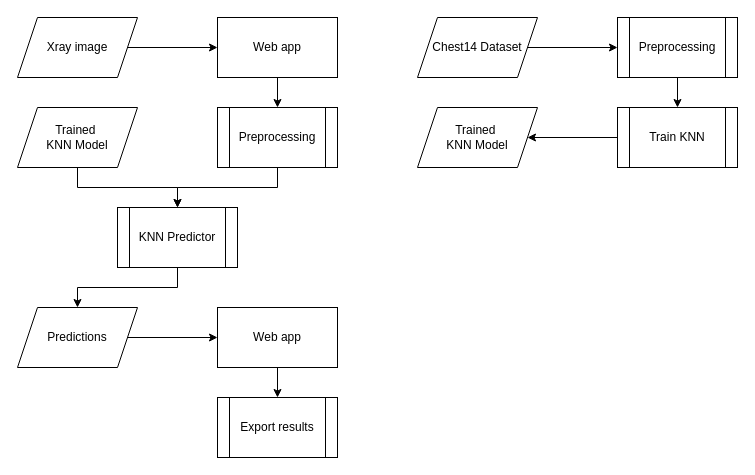
Above: SystemArchitecturWebApp.drawio in DBerkey/Smart_X-Ray_Screening (draw.io), before the change. Source tidied: cells renumbered, new cells numbered last; positions are measured from the earlier drawing's top-left corner, leaving out a move shared by most shapes. Both pictures are drawn from the tidied source at 100%, with x=0, y=0 at pixel (17, 17).
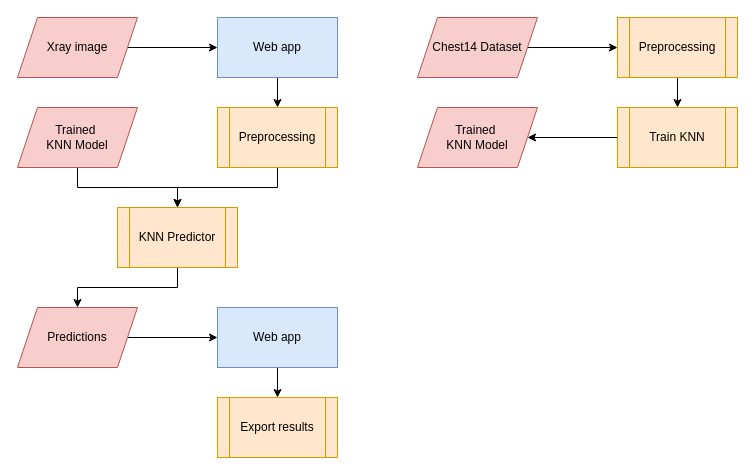
Above is the later version.

What changed in the source:
```diff
@@
-    <mxCell id="3" value="Preprocessing" style="shape=process;whiteSpace=wrap;html=1;backgroundOutline=1;" parent="1" vertex="1">
+    <mxCell id="3" value="Preprocessing" style="shape=process;whiteSpace=wrap;html=1;backgroundOutline=1;fillColor=#ffe6cc;strokeColor=#d79b00;" parent="1" vertex="1">
       <mxGeometry x="200" y="90" width="120" height="60" as="geometry" />
     </mxCell>
@@
-    <mxCell id="5" value="Xray image" style="shape=parallelogram;perimeter=parallelogramPerimeter;whiteSpace=wrap;html=1;fixedSize=1;" parent="1" vertex="1">
+    <mxCell id="5" value="Xray image" style="shape=parallelogram;perimeter=parallelogramPerimeter;whiteSpace=wrap;html=1;fixedSize=1;fillColor=#f8cecc;strokeColor=#b85450;" parent="1" vertex="1">
       <mxGeometry width="120" height="60" as="geometry" />
     </mxCell>
@@
-    <mxCell id="7" value="Web app" style="whiteSpace=wrap;html=1;" parent="1" vertex="1">
+    <mxCell id="7" value="Web app" style="whiteSpace=wrap;html=1;fillColor=#dae8fc;strokeColor=#6c8ebf;" parent="1" vertex="1">
       <mxGeometry x="200" width="120" height="60" as="geometry" />
     </mxCell>
@@
-    <mxCell id="9" value="KNN Predictor" style="shape=process;whiteSpace=wrap;html=1;backgroundOutline=1;" parent="1" vertex="1">
+    <mxCell id="9" value="KNN Predictor" style="shape=process;whiteSpace=wrap;html=1;backgroundOutline=1;fillColor=#ffe6cc;strokeColor=#d79b00;" parent="1" vertex="1">
       <mxGeometry x="100" y="190" width="120" height="60" as="geometry" />
     </mxCell>
@@
-    <mxCell id="11" value="Predictions" style="shape=parallelogram;perimeter=parallelogramPerimeter;whiteSpace=wrap;html=1;fixedSize=1;" parent="1" vertex="1">
+    <mxCell id="11" value="Predictions" style="shape=parallelogram;perimeter=parallelogramPerimeter;whiteSpace=wrap;html=1;fixedSize=1;fillColor=#f8cecc;strokeColor=#b85450;" parent="1" vertex="1">
       <mxGeometry y="290" width="120" height="60" as="geometry" />
     </mxCell>
@@
-    <mxCell id="13" value="Web app" style="rounded=0;whiteSpace=wrap;html=1;" parent="1" vertex="1">
+    <mxCell id="13" value="Web app" style="rounded=0;whiteSpace=wrap;html=1;fillColor=#dae8fc;strokeColor=#6c8ebf;" parent="1" vertex="1">
       <mxGeometry x="200" y="290" width="120" height="60" as="geometry" />
     </mxCell>
-    <mxCell id="14" value="Export results" style="shape=process;whiteSpace=wrap;html=1;backgroundOutline=1;" parent="1" vertex="1">
+    <mxCell id="14" value="Export results" style="shape=process;whiteSpace=wrap;html=1;backgroundOutline=1;fillColor=#ffe6cc;strokeColor=#d79b00;" parent="1" vertex="1">
       <mxGeometry x="200" y="380" width="120" height="60" as="geometry" />
     </mxCell>
@@
-    <mxCell id="16" value="Chest14 Dataset" style="shape=parallelogram;perimeter=parallelogramPerimeter;whiteSpace=wrap;html=1;fixedSize=1;" parent="1" vertex="1">
+    <mxCell id="16" value="Chest14 Dataset" style="shape=parallelogram;perimeter=parallelogramPerimeter;whiteSpace=wrap;html=1;fixedSize=1;fillColor=#f8cecc;strokeColor=#b85450;" parent="1" vertex="1">
       <mxGeometry x="400" width="120" height="60" as="geometry" />
     </mxCell>
@@
-    <mxCell id="18" value="Preprocessing" style="shape=process;whiteSpace=wrap;html=1;backgroundOutline=1;" parent="1" vertex="1">
+    <mxCell id="18" value="Preprocessing" style="shape=process;whiteSpace=wrap;html=1;backgroundOutline=1;fillColor=#ffe6cc;strokeColor=#d79b00;" parent="1" vertex="1">
       <mxGeometry x="600" width="120" height="60" as="geometry" />
     </mxCell>
@@
-    <mxCell id="20" value="Train KNN" style="shape=process;whiteSpace=wrap;html=1;backgroundOutline=1;" parent="1" vertex="1">
+    <mxCell id="20" value="Train KNN" style="shape=process;whiteSpace=wrap;html=1;backgroundOutline=1;fillColor=#ffe6cc;strokeColor=#d79b00;" parent="1" vertex="1">
       <mxGeometry x="600" y="90" width="120" height="60" as="geometry" />
     </mxCell>
-    <mxCell id="21" value="Trained&amp;nbsp;&lt;div&gt;KNN Model&lt;/div&gt;" style="shape=parallelogram;perimeter=parallelogramPerimeter;whiteSpace=wrap;html=1;fixedSize=1;" parent="1" vertex="1">
+    <mxCell id="21" value="Trained&amp;nbsp;&lt;div&gt;KNN Model&lt;/div&gt;" style="shape=parallelogram;perimeter=parallelogramPerimeter;whiteSpace=wrap;html=1;fixedSize=1;fillColor=#f8cecc;strokeColor=#b85450;" parent="1" vertex="1">
       <mxGeometry x="400" y="90" width="120" height="60" as="geometry" />
     </mxCell>
@@
-    <mxCell id="23" value="Trained&amp;nbsp;&lt;div&gt;KNN Model&lt;/div&gt;" style="shape=parallelogram;perimeter=parallelogramPerimeter;whiteSpace=wrap;html=1;fixedSize=1;" parent="1" vertex="1">
+    <mxCell id="23" value="Trained&amp;nbsp;&lt;div&gt;KNN Model&lt;/div&gt;" style="shape=parallelogram;perimeter=parallelogramPerimeter;whiteSpace=wrap;html=1;fixedSize=1;fillColor=#f8cecc;strokeColor=#b85450;" parent="1" vertex="1">
       <mxGeometry y="90" width="120" height="60" as="geometry" />
     </mxCell>
```
